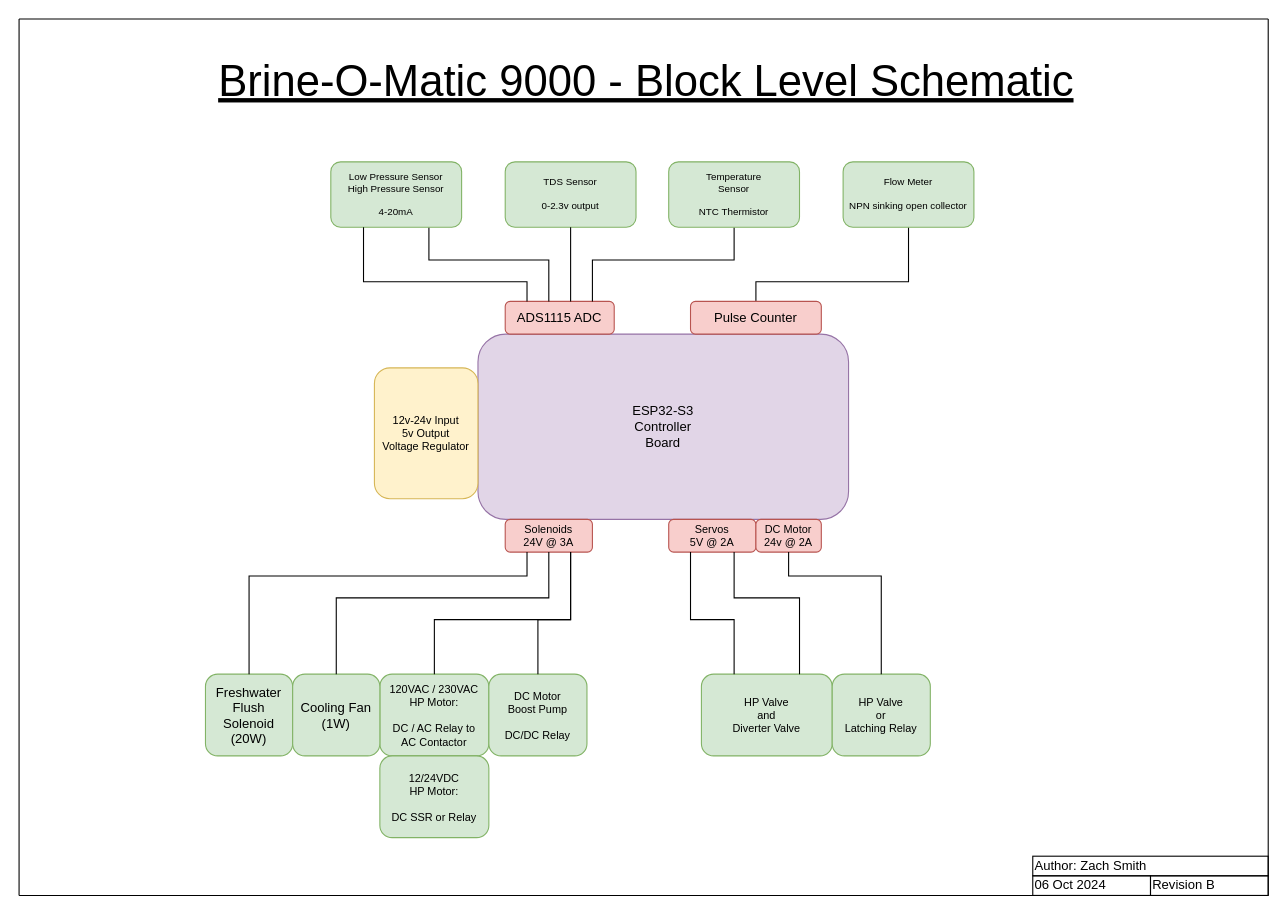
This is page "Electrical - Control Board" (2 of 4) of diagrams/Brine-o-Matic 9000.drawio from hoeken/brineomatic, a draw.io file, before an edit. Source tidied: cells renumbered, new cells numbered last; positions are measured from the earlier drawing's top-left corner, leaving out a move shared by most shapes. Both pictures are drawn from the tidied source at 109%, with x=0, y=0 at pixel (19, 19).
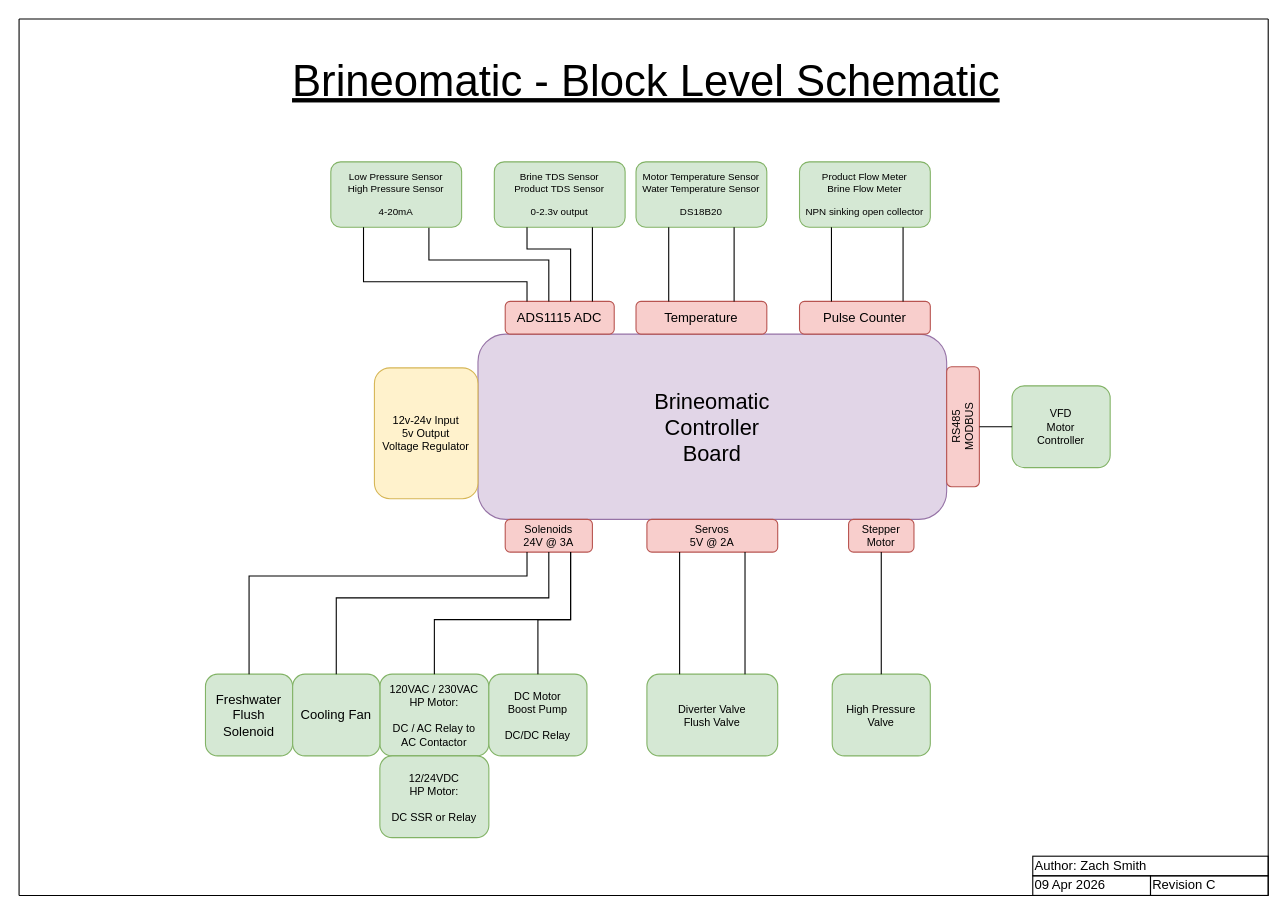
Above is the later version.

Unchanged cells that the change refers to:
```xml
<mxCell id="8" value="ADS1115 ADC" style="rounded=1;whiteSpace=wrap;html=1;fillColor=#f8cecc;strokeColor=#b85450;points=[[0,0,0,0,0],[0,0.23,0,0,0],[0,0.5,0,0,0],[0,0.77,0,0,0],[0,1,0,0,0],[0.2,0,0,0,0],[0.25,1,0,0,0],[0.4,0,0,0,0],[0.5,1,0,0,0],[0.6,0,0,0,0],[0.75,1,0,0,0],[0.8,0,0,0,0],[1,0,0,0,0],[1,0.27,0,0,0],[1,0.5,0,0,0],[1,0.77,0,0,0],[1,1,0,0,0]];" parent="1" vertex="1">
  <mxGeometry x="446" y="259" width="100" height="30" as="geometry" />
</mxCell>
```

Change to the diagram source:
```diff
@@
-    <mxCell id="2" value="ESP32-S3&lt;br&gt;Controller&lt;br&gt;Board" style="rounded=1;whiteSpace=wrap;html=1;fillColor=#e1d5e7;strokeColor=#9673a6;" parent="1" vertex="1">
-      <mxGeometry x="421" y="289" width="340" height="170" as="geometry" />
+    <mxCell id="2" value="Brineomatic&lt;br style=&quot;font-size: 20px;&quot;&gt;Controller&lt;br style=&quot;font-size: 20px;&quot;&gt;Board" style="rounded=1;whiteSpace=wrap;html=1;fillColor=#e1d5e7;strokeColor=#9673a6;fontSize=20;" parent="1" vertex="1">
+      <mxGeometry x="421" y="289" width="430" height="170" as="geometry" />
     </mxCell>
-    <mxCell id="3" value="Freshwater&lt;br style=&quot;font-size: 12px;&quot;&gt;Flush&lt;br style=&quot;font-size: 12px;&quot;&gt;Solenoid&lt;br&gt;(20W)" style="rounded=1;whiteSpace=wrap;html=1;fillColor=#d5e8d4;strokeColor=#82b366;fontSize=12;" parent="1" vertex="1">
+    <mxCell id="3" value="Freshwater&lt;br style=&quot;font-size: 12px;&quot;&gt;Flush&lt;br style=&quot;font-size: 12px;&quot;&gt;Solenoid&lt;br&gt;" style="rounded=1;whiteSpace=wrap;html=1;fillColor=#d5e8d4;strokeColor=#82b366;fontSize=12;" parent="1" vertex="1">
       <mxGeometry x="171" y="601" width="80" height="75" as="geometry" />
     </mxCell>
@@
-    <mxCell id="5" value="HP Valve&lt;br&gt;and&lt;br&gt;Diverter Valve" style="rounded=1;whiteSpace=wrap;html=1;fillColor=#d5e8d4;strokeColor=#82b366;fontSize=10;" parent="1" vertex="1">
-      <mxGeometry x="626" y="601" width="120" height="75" as="geometry" />
+    <mxCell id="5" value="Diverter Valve&lt;br&gt;Flush Valve" style="rounded=1;whiteSpace=wrap;html=1;fillColor=#d5e8d4;strokeColor=#82b366;fontSize=10;" parent="1" vertex="1">
+      <mxGeometry x="576" y="601" width="120" height="75" as="geometry" />
     </mxCell>
-    <mxCell id="6" value="TDS Sensor&lt;br&gt;&lt;br&gt;0-2.3v output" style="rounded=1;whiteSpace=wrap;html=1;fillColor=#d5e8d4;strokeColor=#82b366;fontSize=9;" parent="1" vertex="1">
-      <mxGeometry x="446" y="131" width="120" height="60" as="geometry" />
+    <mxCell id="6" value="Brine TDS Sensor&lt;br&gt;Product TDS Sensor&lt;br&gt;&lt;br&gt;0-2.3v output" style="rounded=1;whiteSpace=wrap;html=1;fillColor=#d5e8d4;strokeColor=#82b366;fontSize=9;" parent="1" vertex="1">
+      <mxGeometry x="436" y="131" width="120" height="60" as="geometry" />
     </mxCell>
-    <mxCell id="7" value="Cooling Fan&lt;br&gt;(1W)" style="rounded=1;whiteSpace=wrap;html=1;fillColor=#d5e8d4;strokeColor=#82b366;" parent="1" vertex="1">
+    <mxCell id="7" value="Cooling Fan" style="rounded=1;whiteSpace=wrap;html=1;fillColor=#d5e8d4;strokeColor=#82b366;" parent="1" vertex="1">
       <mxGeometry x="251" y="601" width="80" height="75" as="geometry" />
     </mxCell>
@@
-    <mxCell id="9" style="endArrow=none;html=1;rounded=0;entryX=0.5;entryY=1;entryDx=0;entryDy=0;exitX=0.6;exitY=0;exitDx=0;exitDy=0;exitPerimeter=0;edgeStyle=orthogonalEdgeStyle;" parent="1" edge="1" source="8" target="6">
-      <mxGeometry relative="1" as="geometry" />
+    <mxCell id="9" style="endArrow=none;html=1;rounded=0;entryX=0.25;entryY=1;entryDx=0;entryDy=0;exitX=0.6;exitY=0;exitDx=0;exitDy=0;exitPerimeter=0;edgeStyle=orthogonalEdgeStyle;" parent="1" edge="1" source="8" target="6">
+      <mxGeometry relative="1" as="geometry">
+        <Array as="points">
+          <mxPoint x="506" y="211" />
+          <mxPoint x="466" y="211" />
+        </Array>
+      </mxGeometry>
     </mxCell>
-    <mxCell id="10" style="endArrow=none;html=1;rounded=0;entryX=0.5;entryY=1;entryDx=0;entryDy=0;exitX=0.8;exitY=0;exitDx=0;exitDy=0;exitPerimeter=0;edgeStyle=orthogonalEdgeStyle;" parent="1" edge="1" source="8" target="34">
-      <mxGeometry relative="1" as="geometry">
-        <Array as="points">
-          <mxPoint x="526" y="221" />
-          <mxPoint x="656" y="221" />
-        </Array>
-      </mxGeometry>
-    </mxCell>
-    <mxCell id="11" style="endArrow=none;html=1;rounded=0;entryX=0.5;entryY=1;entryDx=0;entryDy=0;exitX=0.5;exitY=0;exitDx=0;exitDy=0;edgeStyle=orthogonalEdgeStyle;" parent="1" edge="1" source="12" target="35">
-      <mxGeometry relative="1" as="geometry">
-        <Array as="points">
-          <mxPoint x="676" y="241" />
-          <mxPoint x="816" y="241" />
-        </Array>
-      </mxGeometry>
-    </mxCell>
     <mxCell id="12" value="Pulse Counter" style="rounded=1;whiteSpace=wrap;html=1;fillColor=#f8cecc;strokeColor=#b85450;" parent="1" vertex="1">
-      <mxGeometry x="616" y="259" width="120" height="30" as="geometry" />
+      <mxGeometry x="716" y="259" width="120" height="30" as="geometry" />
     </mxCell>
@@
     <mxCell id="18" value="Servos&lt;br&gt;5V @ 2A" style="rounded=1;whiteSpace=wrap;html=1;fillColor=#f8cecc;strokeColor=#b85450;points=[[0,0,0,0,0],[0,0.23,0,0,0],[0,0.5,0,0,0],[0,0.77,0,0,0],[0,1,0,0,0],[0.2,0,0,0,0],[0.25,1,0,0,0],[0.4,0,0,0,0],[0.5,1,0,0,0],[0.6,0,0,0,0],[0.75,1,0,0,0],[0.8,0,0,0,0],[1,0,0,0,0],[1,0.27,0,0,0],[1,0.5,0,0,0],[1,0.77,0,0,0],[1,1,0,0,0]];fontSize=10;" parent="1" vertex="1">
-      <mxGeometry x="596" y="459" width="80" height="30" as="geometry" />
+      <mxGeometry x="576" y="459" width="120" height="30" as="geometry" />
     </mxCell>
     <mxCell id="19" style="endArrow=none;html=1;rounded=0;fontSize=10;entryX=0.25;entryY=0;entryDx=0;entryDy=0;edgeStyle=orthogonalEdgeStyle;exitX=0.25;exitY=1;exitDx=0;exitDy=0;exitPerimeter=0;" parent="1" edge="1" source="18" target="5">
-      <mxGeometry relative="1" as="geometry">
-        <Array as="points">
-          <mxPoint x="616" y="551" />
-          <mxPoint x="656" y="551" />
-        </Array>
-      </mxGeometry>
+      <mxGeometry relative="1" as="geometry" />
     </mxCell>
@@
-    <mxCell id="23" value="&lt;span style=&quot;font-size: 40px;&quot;&gt;Brine-O-Matic 9000 - Block Level Schematic&lt;/span&gt;" style="text;html=1;strokeColor=none;fillColor=none;align=center;verticalAlign=middle;whiteSpace=wrap;rounded=0;fontSize=40;perimeterSpacing=0;fontStyle=4;" parent="1" vertex="1">
+    <mxCell id="23" value="&lt;span style=&quot;font-size: 40px;&quot;&gt;Brineomatic - Block Level Schematic&lt;/span&gt;" style="text;html=1;strokeColor=none;fillColor=none;align=center;verticalAlign=middle;whiteSpace=wrap;rounded=0;fontSize=40;perimeterSpacing=0;fontStyle=4;" parent="1" vertex="1">
       <mxGeometry x="143" y="41" width="865" height="30" as="geometry" />
     </mxCell>
@@
-    <mxCell id="25" value="Revision B" style="rounded=0;whiteSpace=wrap;html=1;fillColor=none;align=left;" parent="1" vertex="1">
+    <mxCell id="25" value="Revision C" style="rounded=0;whiteSpace=wrap;html=1;fillColor=none;align=left;" parent="1" vertex="1">
       <mxGeometry x="1038" y="786" width="108" height="18" as="geometry" />
     </mxCell>
-    <mxCell id="26" value="06 Oct 2024" style="rounded=0;whiteSpace=wrap;html=1;fillColor=none;align=left;" parent="1" vertex="1">
+    <mxCell id="26" value="09 Apr 2026" style="rounded=0;whiteSpace=wrap;html=1;fillColor=none;align=left;" parent="1" vertex="1">
       <mxGeometry x="930" y="786" width="108" height="18" as="geometry" />
     </mxCell>
@@
-    <mxCell id="34" value="Temperature&lt;br&gt;Sensor&lt;br&gt;&lt;br&gt;NTC Thermistor" style="rounded=1;whiteSpace=wrap;html=1;fillColor=#d5e8d4;strokeColor=#82b366;fontSize=9;" parent="1" vertex="1">
-      <mxGeometry x="596" y="131" width="120" height="60" as="geometry" />
+    <mxCell id="34" value="Motor Temperature Sensor&lt;br&gt;Water Temperature Sensor&lt;br&gt;&lt;br&gt;DS18B20" style="rounded=1;whiteSpace=wrap;html=1;fillColor=#d5e8d4;strokeColor=#82b366;fontSize=9;" parent="1" vertex="1">
+      <mxGeometry x="566" y="131" width="120" height="60" as="geometry" />
     </mxCell>
-    <mxCell id="35" value="Flow Meter&lt;br&gt;&lt;br&gt;NPN sinking open collector" style="rounded=1;whiteSpace=wrap;html=1;fillColor=#d5e8d4;strokeColor=#82b366;fontSize=9;" parent="1" vertex="1">
-      <mxGeometry x="756" y="131" width="120" height="60" as="geometry" />
+    <mxCell id="35" value="Product Flow Meter&lt;br&gt;Brine Flow Meter&lt;br&gt;&lt;br&gt;NPN sinking open collector" style="rounded=1;whiteSpace=wrap;html=1;fillColor=#d5e8d4;strokeColor=#82b366;fontSize=9;" parent="1" vertex="1">
+      <mxGeometry x="716" y="131" width="120" height="60" as="geometry" />
     </mxCell>
-    <mxCell id="36" value="HP Valve&lt;br style=&quot;font-size: 10px;&quot;&gt;or&lt;br style=&quot;font-size: 10px;&quot;&gt;Latching Relay" style="rounded=1;whiteSpace=wrap;html=1;fillColor=#d5e8d4;strokeColor=#82b366;fontSize=10;" parent="1" vertex="1">
+    <mxCell id="36" value="High Pressure&lt;br&gt;Valve" style="rounded=1;whiteSpace=wrap;html=1;fillColor=#d5e8d4;strokeColor=#82b366;fontSize=10;" parent="1" vertex="1">
       <mxGeometry x="746" y="601" width="90" height="75" as="geometry" />
     </mxCell>
-    <mxCell id="37" value="DC Motor&lt;br&gt;24v @ 2A" style="rounded=1;whiteSpace=wrap;html=1;fillColor=#f8cecc;strokeColor=#b85450;points=[[0,0,0,0,0],[0,0.23,0,0,0],[0,0.5,0,0,0],[0,0.77,0,0,0],[0,1,0,0,0],[0.2,0,0,0,0],[0.25,1,0,0,0],[0.4,0,0,0,0],[0.5,1,0,0,0],[0.6,0,0,0,0],[0.75,1,0,0,0],[0.8,0,0,0,0],[1,0,0,0,0],[1,0.27,0,0,0],[1,0.5,0,0,0],[1,0.77,0,0,0],[1,1,0,0,0]];fontSize=10;" parent="1" vertex="1">
-      <mxGeometry x="676" y="459" width="60" height="30" as="geometry" />
+    <mxCell id="37" value="Stepper Motor" style="rounded=1;whiteSpace=wrap;html=1;fillColor=#f8cecc;strokeColor=#b85450;points=[[0,0,0,0,0],[0,0.23,0,0,0],[0,0.5,0,0,0],[0,0.77,0,0,0],[0,1,0,0,0],[0.2,0,0,0,0],[0.25,1,0,0,0],[0.4,0,0,0,0],[0.5,1,0,0,0],[0.6,0,0,0,0],[0.75,1,0,0,0],[0.8,0,0,0,0],[1,0,0,0,0],[1,0.27,0,0,0],[1,0.5,0,0,0],[1,0.77,0,0,0],[1,1,0,0,0]];fontSize=10;" parent="1" vertex="1">
+      <mxGeometry x="761" y="459" width="60" height="30" as="geometry" />
     </mxCell>
+    <mxCell id="39" style="endArrow=none;html=1;rounded=0;fontSize=10;entryX=0.75;entryY=0;entryDx=0;entryDy=0;edgeStyle=orthogonalEdgeStyle;exitX=0.75;exitY=1;exitDx=0;exitDy=0;exitPerimeter=0;" parent="1" edge="1" source="18" target="5">
+      <mxGeometry relative="1" as="geometry" />
+    </mxCell>
+    <mxCell id="40" value="Temperature" style="rounded=1;whiteSpace=wrap;html=1;fillColor=#f8cecc;strokeColor=#b85450;" parent="1" vertex="1">
+      <mxGeometry x="566" y="259" width="120" height="30" as="geometry" />
+    </mxCell>
+    <mxCell id="41" style="endArrow=none;html=1;rounded=0;entryX=0.75;entryY=1;entryDx=0;entryDy=0;exitX=0.8;exitY=0;exitDx=0;exitDy=0;exitPerimeter=0;edgeStyle=orthogonalEdgeStyle;" parent="1" edge="1" source="8" target="6">
+      <mxGeometry relative="1" as="geometry">
+        <Array as="points">
+          <mxPoint x="526" y="201" />
+          <mxPoint x="526" y="201" />
+        </Array>
+      </mxGeometry>
+    </mxCell>
+    <mxCell id="42" style="endArrow=none;html=1;rounded=0;entryX=0.25;entryY=1;entryDx=0;entryDy=0;exitX=0.25;exitY=0;exitDx=0;exitDy=0;edgeStyle=orthogonalEdgeStyle;" parent="1" edge="1" source="40" target="34">
+      <mxGeometry relative="1" as="geometry">
+        <Array as="points">
+          <mxPoint x="596" y="221" />
+          <mxPoint x="596" y="221" />
+        </Array>
+      </mxGeometry>
+    </mxCell>
+    <mxCell id="43" style="endArrow=none;html=1;rounded=0;entryX=0.75;entryY=1;entryDx=0;entryDy=0;exitX=0.75;exitY=0;exitDx=0;exitDy=0;edgeStyle=orthogonalEdgeStyle;" parent="1" edge="1" source="40" target="34">
+      <mxGeometry relative="1" as="geometry">
+        <Array as="points">
+          <mxPoint x="656" y="221" />
+          <mxPoint x="656" y="221" />
+        </Array>
+      </mxGeometry>
+    </mxCell>
+    <mxCell id="44" style="endArrow=none;html=1;rounded=0;entryX=0.25;entryY=1;entryDx=0;entryDy=0;exitX=0.25;exitY=0;exitDx=0;exitDy=0;edgeStyle=orthogonalEdgeStyle;" parent="1" edge="1">
+      <mxGeometry relative="1" as="geometry">
+        <mxPoint x="745.3" y="259" as="sourcePoint" />
+        <mxPoint x="745.3" y="191" as="targetPoint" />
+        <Array as="points">
+          <mxPoint x="745.3" y="221" />
+          <mxPoint x="745.3" y="221" />
+        </Array>
+      </mxGeometry>
+    </mxCell>
+    <mxCell id="45" style="endArrow=none;html=1;rounded=0;entryX=0.25;entryY=1;entryDx=0;entryDy=0;exitX=0.25;exitY=0;exitDx=0;exitDy=0;edgeStyle=orthogonalEdgeStyle;" parent="1" edge="1">
+      <mxGeometry relative="1" as="geometry">
+        <mxPoint x="811" y="259" as="sourcePoint" />
+        <mxPoint x="811" y="191" as="targetPoint" />
+        <Array as="points">
+          <mxPoint x="811" y="221" />
+          <mxPoint x="811" y="221" />
+        </Array>
+      </mxGeometry>
+    </mxCell>
-    <mxCell id="38" style="endArrow=none;html=1;rounded=0;fontSize=10;exitX=0.5;exitY=1;exitDx=0;exitDy=0;exitPerimeter=0;entryX=0.5;entryY=0;entryDx=0;entryDy=0;edgeStyle=orthogonalEdgeStyle;" parent="1" edge="1" source="37" target="36">
-      <mxGeometry relative="1" as="geometry">
-        <Array as="points">
-          <mxPoint x="706" y="511" />
-          <mxPoint x="791" y="511" />
-        </Array>
-      </mxGeometry>
+    <mxCell id="38" style="endArrow=none;html=1;rounded=0;fontSize=10;entryX=0.5;entryY=0;entryDx=0;entryDy=0;edgeStyle=orthogonalEdgeStyle;exitX=0.5;exitY=1;exitDx=0;exitDy=0;exitPerimeter=0;" parent="1" edge="1" source="37" target="36">
+      <mxGeometry relative="1" as="geometry" />
     </mxCell>
-    <mxCell id="39" style="endArrow=none;html=1;rounded=0;fontSize=10;entryX=0.75;entryY=0;entryDx=0;entryDy=0;edgeStyle=orthogonalEdgeStyle;exitX=0.75;exitY=1;exitDx=0;exitDy=0;exitPerimeter=0;" parent="1" edge="1" source="18" target="5">
-      <mxGeometry relative="1" as="geometry">
-        <Array as="points">
-          <mxPoint x="656" y="531" />
-          <mxPoint x="716" y="531" />
-        </Array>
-      </mxGeometry>
-    </mxCell>
+    <mxCell id="46" value="VFD&lt;br&gt;Motor&lt;br&gt;Controller" style="rounded=1;whiteSpace=wrap;html=1;fillColor=#d5e8d4;strokeColor=#82b366;fontSize=10;" parent="1" vertex="1">
+      <mxGeometry x="911" y="336.5" width="90" height="75" as="geometry" />
+    </mxCell>
+    <mxCell id="47" value="RS485&lt;br&gt;MODBUS" style="rounded=1;whiteSpace=wrap;html=1;fillColor=#f8cecc;strokeColor=#b85450;points=[[0,0,0,0,0],[0,0.23,0,0,0],[0,0.5,0,0,0],[0,0.77,0,0,0],[0,1,0,0,0],[0.2,0,0,0,0],[0.25,1,0,0,0],[0.4,0,0,0,0],[0.5,1,0,0,0],[0.6,0,0,0,0],[0.75,1,0,0,0],[0.8,0,0,0,0],[1,0,0,0,0],[1,0.27,0,0,0],[1,0.5,0,0,0],[1,0.77,0,0,0],[1,1,0,0,0]];fontSize=10;rotation=-90;" parent="1" vertex="1">
+      <mxGeometry x="811" y="359" width="110" height="30" as="geometry" />
+    </mxCell>
+    <mxCell id="48" style="endArrow=none;html=1;rounded=0;entryX=0;entryY=0.5;entryDx=0;entryDy=0;exitX=0.5;exitY=1;exitDx=0;exitDy=0;edgeStyle=orthogonalEdgeStyle;exitPerimeter=0;" parent="1" edge="1" source="47" target="46">
+      <mxGeometry relative="1" as="geometry" />
+    </mxCell>
```
